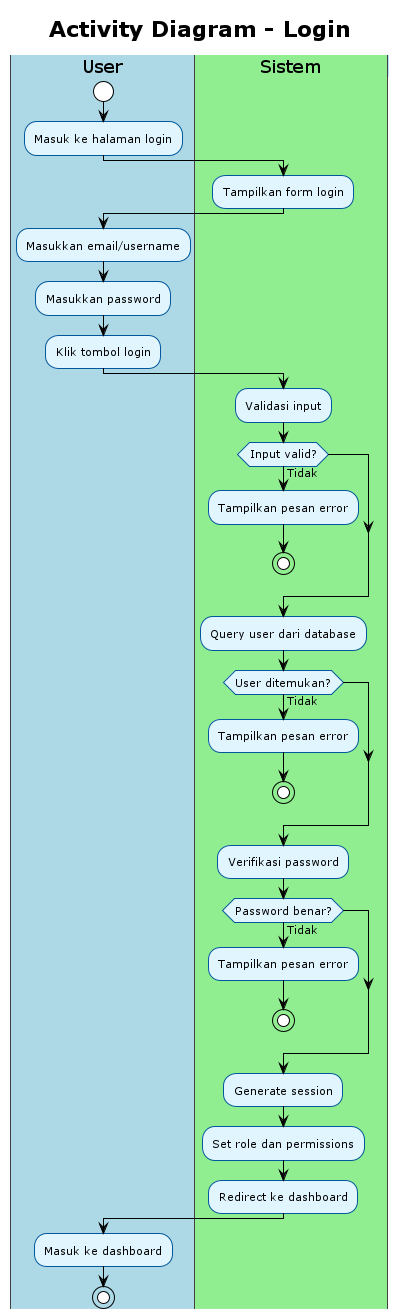
Rifkiwastaken/example-app keeps this PlantUML diagram as out/uml/activity/Activity new/09_login/09_login.png. Above is the earlier version. The source it was exported from:
```plantuml
@startuml
!theme plain
skinparam activity {
    BackgroundColor #E1F5FE
    BorderColor #01579B
    FontSize 11
}
skinparam swimlane {
    BackgroundColor #F5F5F5
    BorderColor #424242
    TitleBackgroundColor #BBDEFB
    TitleBorderColor #1976D2
}

title Activity Diagram - Login

|#LightBlue|User|
start
:Masuk ke halaman login;

|#LightGreen|Sistem|
:Tampilkan form login;

|#LightBlue|User|
:Masukkan email/username;
:Masukkan password;
:Klik tombol login;

|#LightGreen|Sistem|
:Validasi input;
if (Input valid?) then (Tidak)
    :Tampilkan pesan error;
    stop
endif

:Query user dari database;
if (User ditemukan?) then (Tidak)
    :Tampilkan pesan error;
    stop
endif

:Verifikasi password;
if (Password benar?) then (Tidak)
    :Tampilkan pesan error;
    stop
endif

:Generate session;
:Set role dan permissions;
:Redirect ke dashboard;

|#LightBlue|User|
:Masuk ke dashboard;

stop

@enduml
```
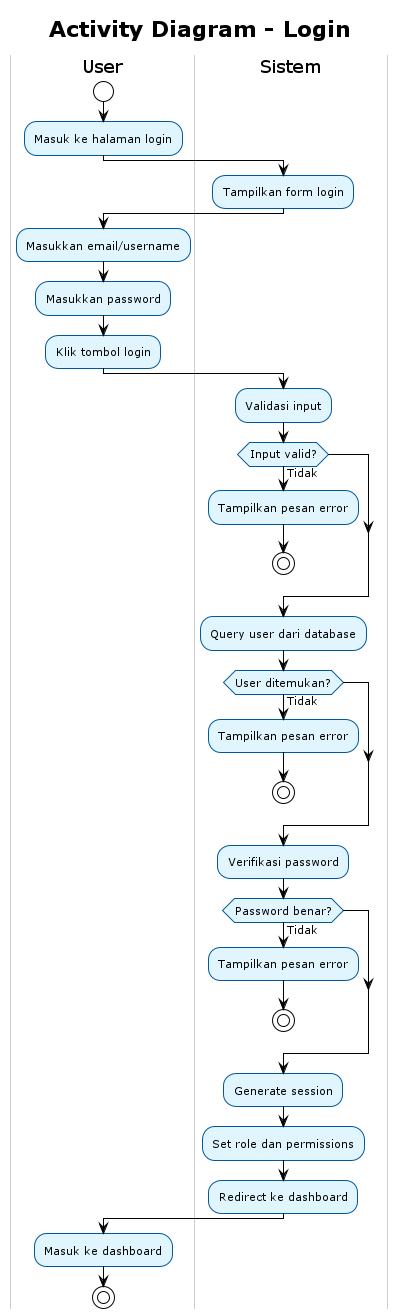
After the change.

What changed in the source:
```diff
@@ -1,32 +1,33 @@
 @startuml
 !theme plain
+skinparam backgroundColor white
 skinparam activity {
     BackgroundColor #E1F5FE
     BorderColor #01579B
     FontSize 11
 }
 skinparam swimlane {
-    BackgroundColor #F5F5F5
-    BorderColor #424242
-    TitleBackgroundColor #BBDEFB
-    TitleBorderColor #1976D2
+    BackgroundColor White
+    BorderColor #CCCCCC
+    TitleBackgroundColor White
+    TitleBorderColor #999999
 }
 
 title Activity Diagram - Login
 
-|#LightBlue|User|
+|#White|User|
 start
 :Masuk ke halaman login;
 
-|#LightGreen|Sistem|
+|#White|Sistem|
 :Tampilkan form login;
 
-|#LightBlue|User|
+|#White|User|
 :Masukkan email/username;
 :Masukkan password;
 :Klik tombol login;
 
-|#LightGreen|Sistem|
+|#White|Sistem|
 :Validasi input;
 if (Input valid?) then (Tidak)
     :Tampilkan pesan error;
@@ -49,7 +50,7 @@
 :Set role dan permissions;
 :Redirect ke dashboard;
 
-|#LightBlue|User|
+|#White|User|
 :Masuk ke dashboard;
 
 stop
```
